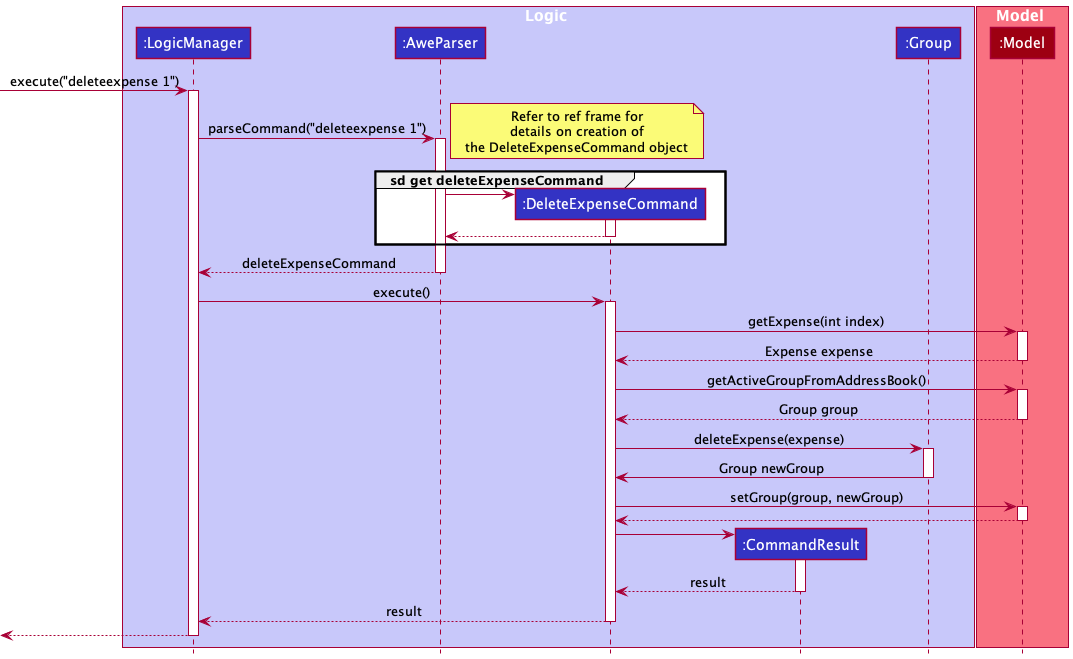
Before: docs/images/DeleteExpenseSequenceDiagram.png, a diagram exported from PlantUML (ramapriyan912001/tp). The source it was exported from:
```plantuml
@startuml
!include style.puml

box Logic LOGIC_COLOR_T1
participant ":LogicManager" as LogicManager LOGIC_COLOR
participant ":AweParser" as AweParser LOGIC_COLOR
participant ":DeleteExpenseCommand" as DeleteExpenseCommand LOGIC_COLOR
participant ":CommandResult" as CommandResult LOGIC_COLOR
participant ":Group" as Group LOGIC_COLOR
end box

box Model MODEL_COLOR_T1
participant ":Model" as Model MODEL_COLOR
end box

[-> LogicManager : execute("deleteexpense 1")
activate LogicManager

LogicManager -> AweParser : parseCommand("deleteexpense 1")
activate AweParser

note right
Refer to ref frame for
details on creation of
the DeleteExpenseCommand object
end note
group sd get deleteExpenseCommand
create DeleteExpenseCommand
AweParser -> DeleteExpenseCommand
activate DeleteExpenseCommand
DeleteExpenseCommand --> AweParser
deactivate DeleteExpenseCommand
end group

AweParser --> LogicManager : deleteExpenseCommand
deactivate AweParser

LogicManager -> DeleteExpenseCommand : execute()
activate DeleteExpenseCommand

DeleteExpenseCommand -> Model : getExpense(int index)
activate Model
Model --> DeleteExpenseCommand : Expense expense
deactivate Model

DeleteExpenseCommand -> Model : getActiveGroupFromAddressBook()
activate Model
Model --> DeleteExpenseCommand : Group group
deactivate Model

DeleteExpenseCommand -> Group : deleteExpense(expense)
activate Group
Group -> DeleteExpenseCommand : Group newGroup
deactivate Group

DeleteExpenseCommand -> Model : setGroup(group, newGroup)
activate Model
Model --> DeleteExpenseCommand
deactivate Model

create CommandResult
DeleteExpenseCommand -> CommandResult
activate CommandResult

CommandResult --> DeleteExpenseCommand : result
deactivate CommandResult

DeleteExpenseCommand --> LogicManager : result
deactivate DeleteExpenseCommand

[<--LogicManager
deactivate LogicManager
@enduml
```
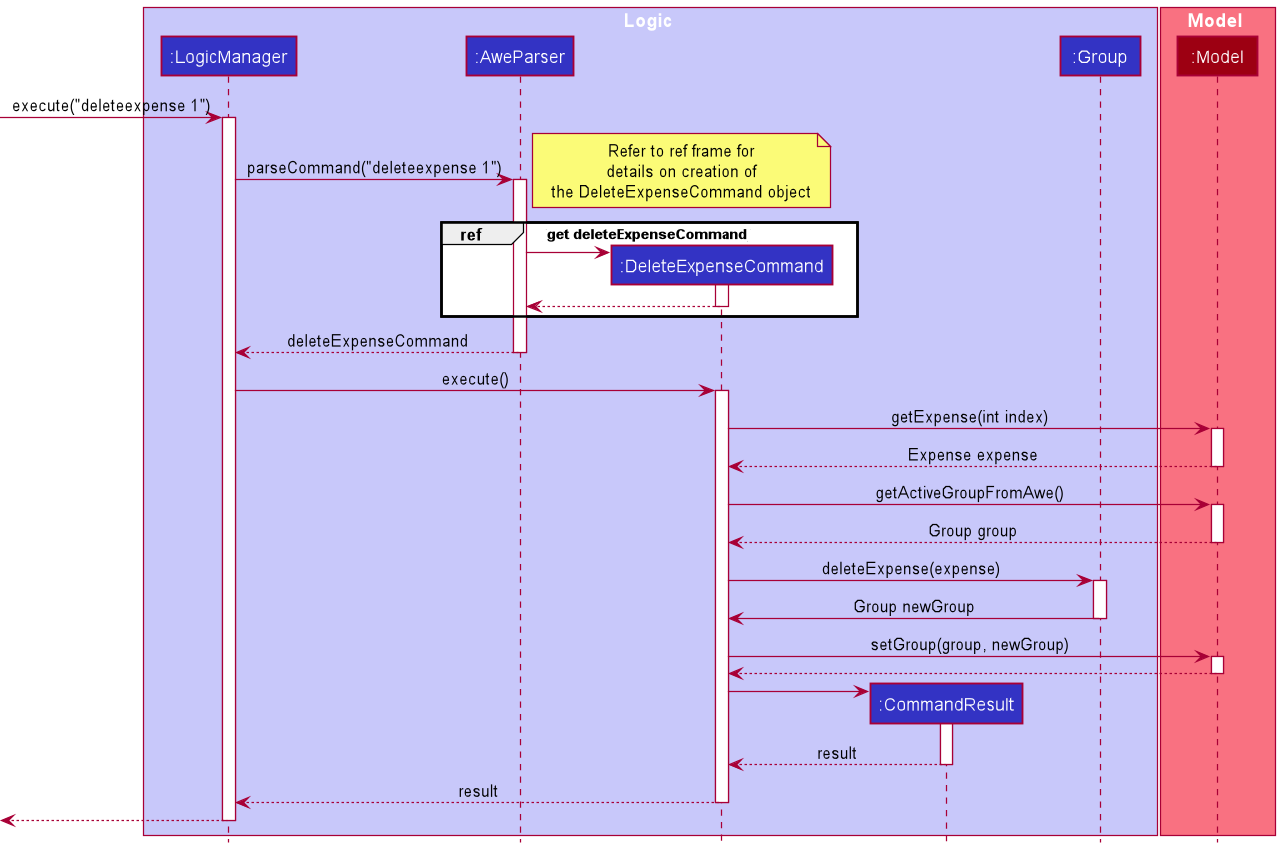
After the commit.

Diff of the diagram source:
```diff
@@ -24,7 +24,7 @@
 details on creation of
 the DeleteExpenseCommand object
 end note
-group sd get deleteExpenseCommand
+group ref [get deleteExpenseCommand]
 create DeleteExpenseCommand
 AweParser -> DeleteExpenseCommand
 activate DeleteExpenseCommand
@@ -43,7 +43,7 @@
 Model --> DeleteExpenseCommand : Expense expense
 deactivate Model
 
-DeleteExpenseCommand -> Model : getActiveGroupFromAddressBook()
+DeleteExpenseCommand -> Model : getActiveGroupFromAwe()
 activate Model
 Model --> DeleteExpenseCommand : Group group
 deactivate Model
```
